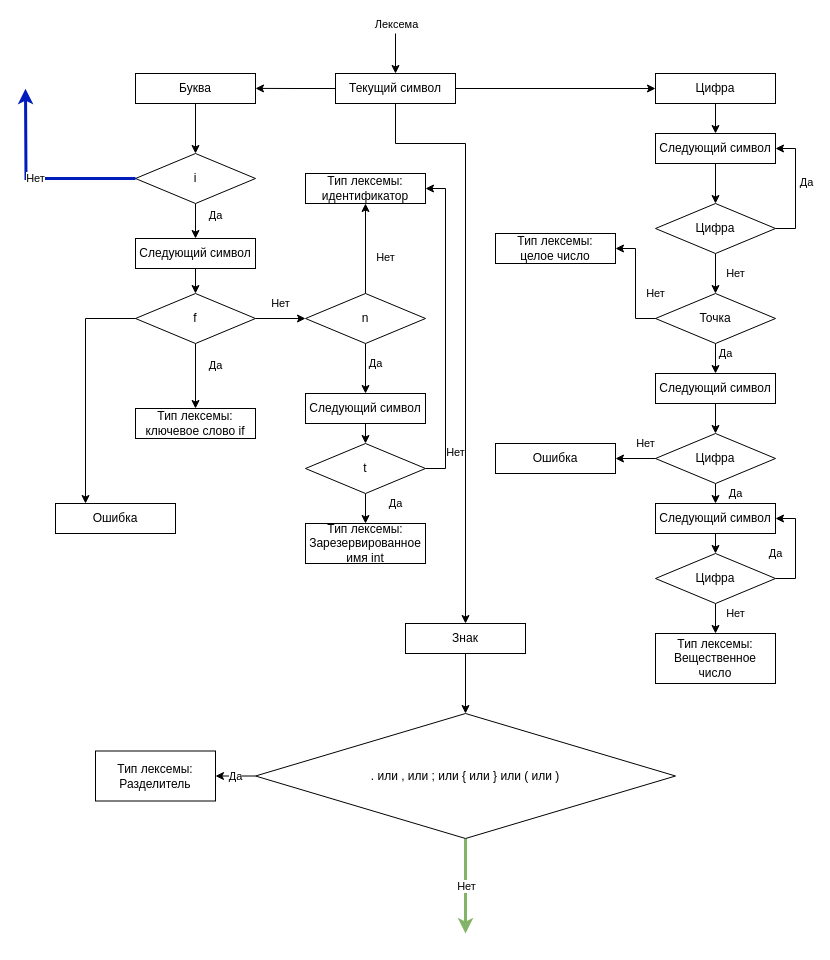
DieNice/CourseTranslator keeps this draw.io diagram as page "page1" (1 of 8) of finally_automat1.drawio. Above is the earlier version. Source tidied: cells renumbered, new cells numbered last; positions are measured from the earlier drawing's top-left corner, leaving out a move shared by most shapes. Both pictures are drawn from the tidied source at 100%, with x=0, y=0 at pixel (25, 33).
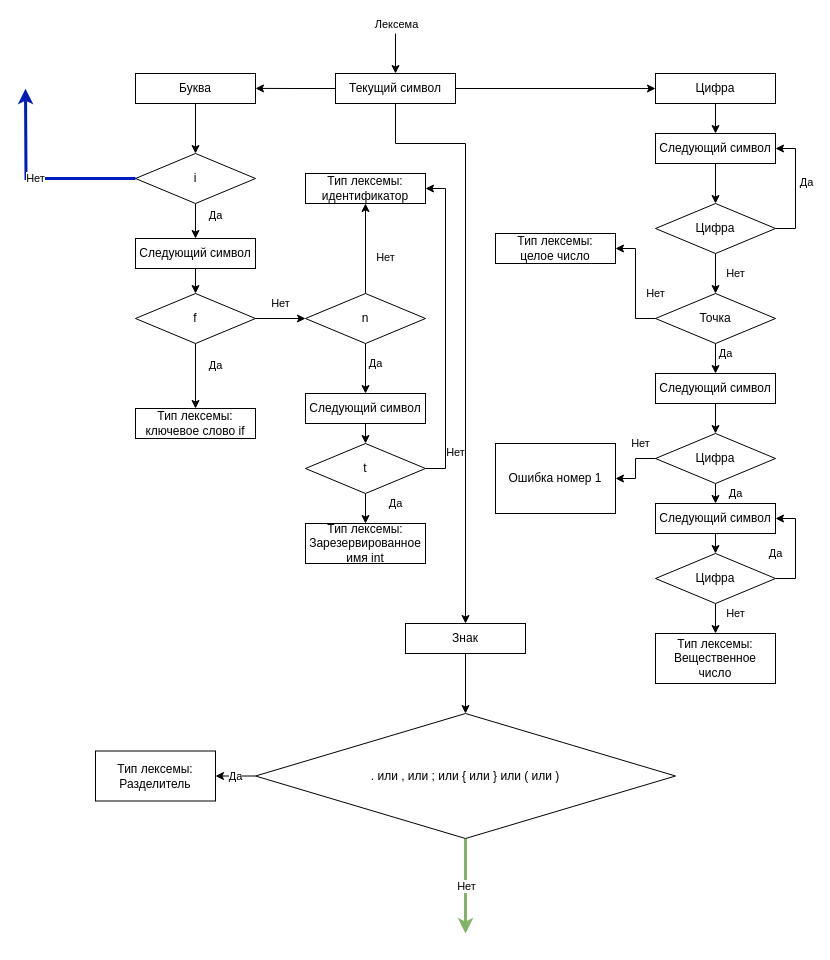
After the change.

Unchanged cells that the change refers to:
```xml
<mxCell id="40" value="f" style="rhombus;whiteSpace=wrap;html=1;" parent="1" vertex="1">
  <mxGeometry x="110" y="260" width="120" height="50" as="geometry" />
</mxCell>
```

Change to the diagram source:
```diff
@@
-    <mxCell id="25" value="Ошибка" style="rounded=0;whiteSpace=wrap;html=1;" parent="1" vertex="1">
-      <mxGeometry x="470" y="410" width="120" height="30" as="geometry" />
+    <mxCell id="25" value="Ошибка номер 1" style="rounded=0;whiteSpace=wrap;html=1;" parent="1" vertex="1">
+      <mxGeometry x="470" y="410" width="120" height="70" as="geometry" />
     </mxCell>
@@
-    <mxCell id="39" style="edgeStyle=orthogonalEdgeStyle;rounded=0;jettySize=auto;html=1;exitX=0;exitY=0.5;exitDx=0;exitDy=0;entryX=0.25;entryY=0;entryDx=0;entryDy=0;strokeWidth=1;" parent="1" edge="1" source="40" target="61">
-      <mxGeometry relative="1" as="geometry" />
-    </mxCell>
@@
-    <mxCell id="61" value="Ошибка" style="rounded=0;whiteSpace=wrap;html=1;" parent="1" vertex="1">
-      <mxGeometry x="30" y="470" width="120" height="30" as="geometry" />
-    </mxCell>
```
